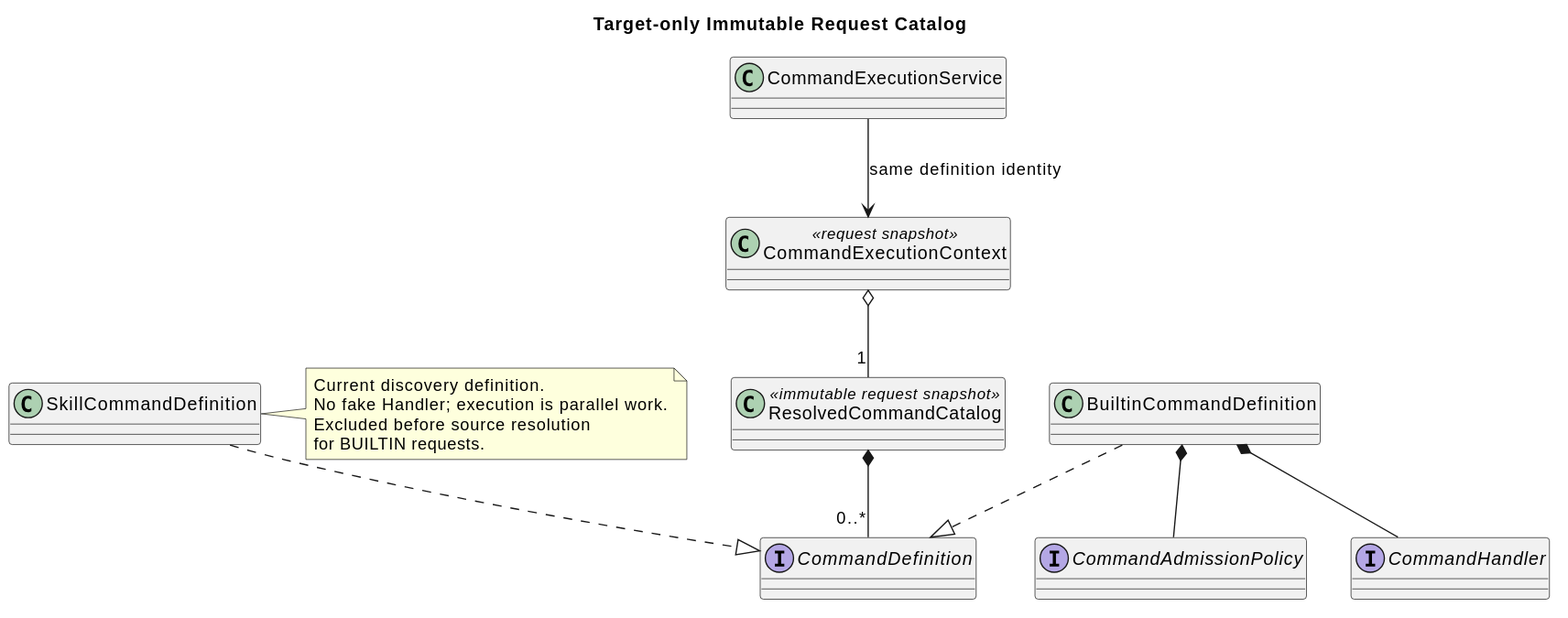
Earlier version of the PlantUML export 04-命令与技能/00-Slash-Command通用模块/设计图/target_command_resolution_classes.svg (ssm0808/pi-mono-java-design).
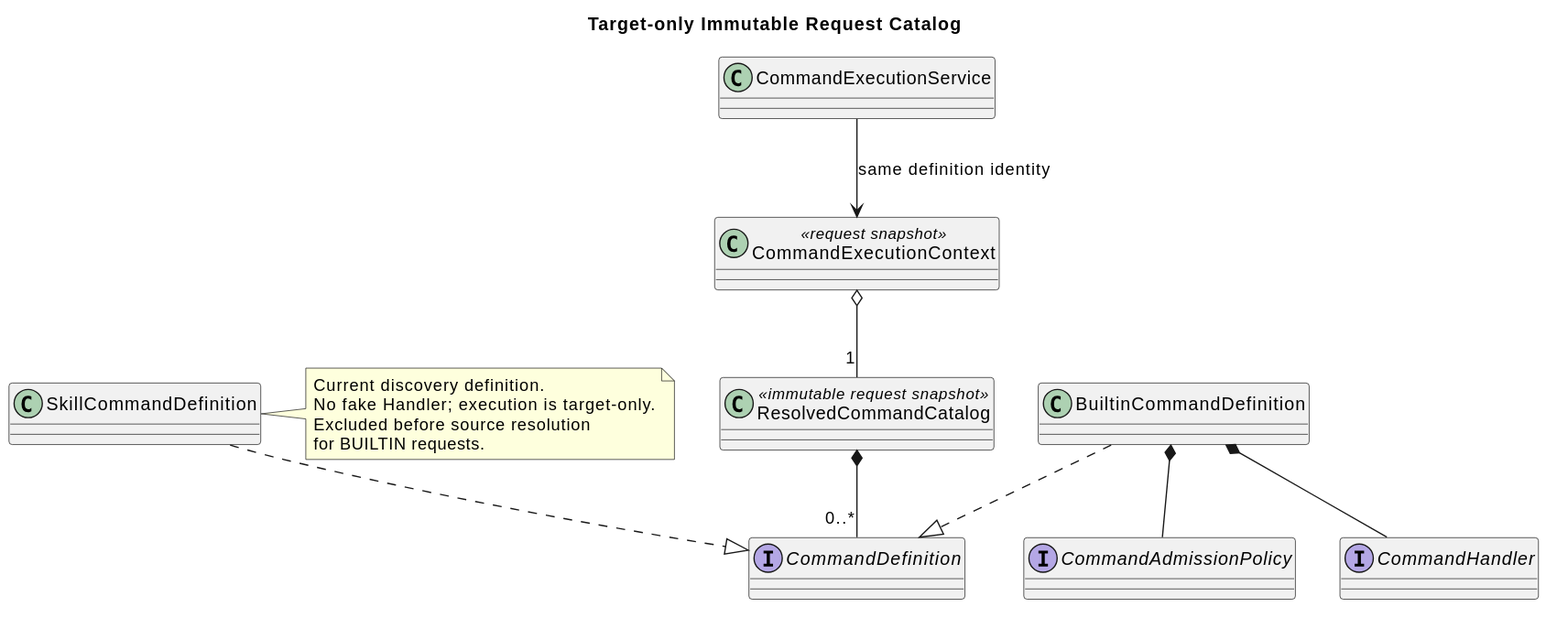
Later version of the same file.

Change to the diagram source:
```diff
@@ -18,7 +18,7 @@
 CommandExecutionService --> CommandExecutionContext : same definition identity
 note right of SkillCommandDefinition
 Current discovery definition.
-No fake Handler; execution is parallel work.
+No fake Handler; execution is target-only.
 Excluded before source resolution
 for BUILTIN requests.
 end note
```
